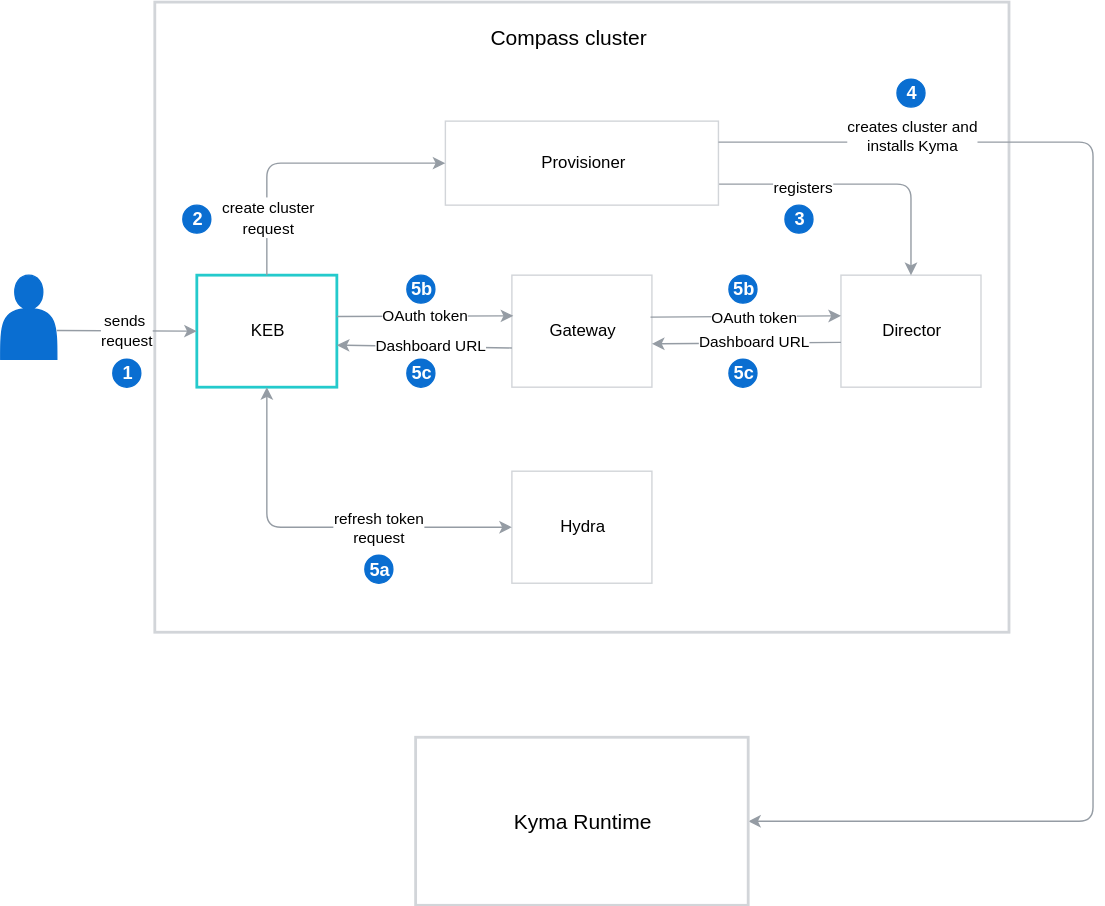
kyma-incubator/compass keeps this draw.io diagram as docs/kyma-environment-broker/assets/keb-architecture.svg. Above is the earlier version. Source tidied: cells renumbered, new cells last; positions are measured from the earlier drawing's top-left corner, leaving out a move shared by most shapes.
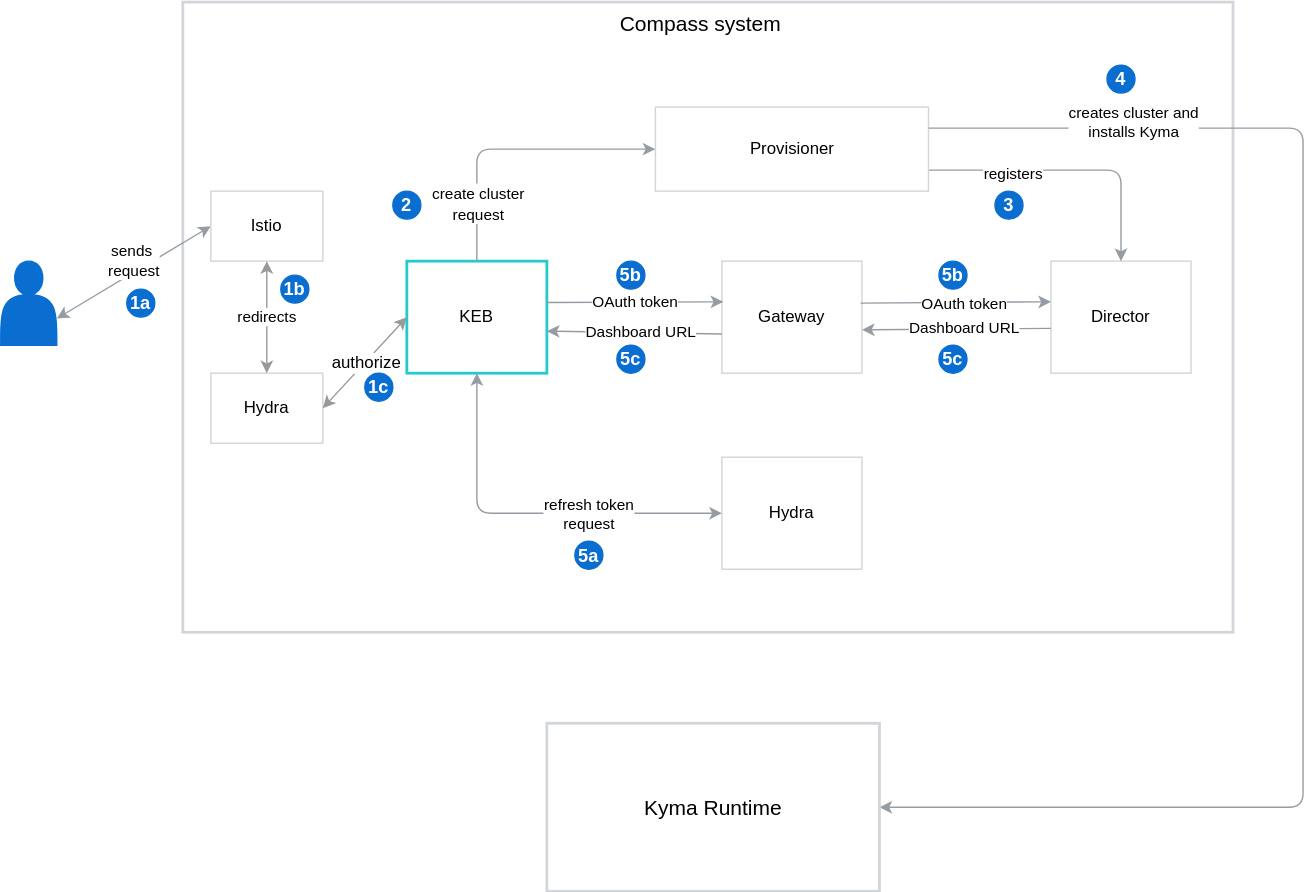
The same file after the commit.

What changed in the source:
```diff
@@ -2,15 +2,15 @@
   <root>
     <mxCell id="0" />
     <mxCell id="1" parent="0" />
-    <mxCell id="2" style="shape=actor;whiteSpace=wrap;html=1;strokeColor=#0A6ED1;fillColor=#0A6ED1;" parent="1" vertex="1">
-      <mxGeometry y="195" width="40" height="60" as="geometry" />
-    </mxCell>
-    <mxCell id="3" style="rounded=0;whiteSpace=wrap;html=1;strokeColor=#D2D5D9;fillColor=#FFFFFF;strokeWidth=2;" parent="1" vertex="1">
-      <mxGeometry x="110" width="610" height="450" as="geometry" />
-    </mxCell>
-    <mxCell id="4" value="&lt;font style=&quot;font-size: 15px&quot;&gt;Compass cluster&lt;/font&gt;" style="text;html=1;strokeColor=none;fillColor=none;align=center;verticalAlign=middle;whiteSpace=wrap;rounded=0;" parent="1" vertex="1">
-      <mxGeometry x="335" y="15" width="140" height="20" as="geometry" />
-    </mxCell>
+    <mxCell id="36" style="rounded=0;whiteSpace=wrap;html=1;strokeColor=#D2D5D9;fillColor=#FFFFFF;strokeWidth=2;" parent="1" vertex="1">
+      <mxGeometry x="-20" y="10" width="750" height="450" as="geometry" />
+    </mxCell>
+    <mxCell id="37" style="shape=actor;whiteSpace=wrap;html=1;strokeColor=#0A6ED1;fillColor=#0A6ED1;" parent="1" vertex="1">
+      <mxGeometry x="-150" y="195" width="40" height="60" as="geometry" />
+    </mxCell>
+    <mxCell id="38" value="&lt;font style=&quot;font-size: 15px&quot;&gt;Compass system&lt;/font&gt;" style="text;html=1;strokeColor=none;fillColor=none;align=center;verticalAlign=middle;whiteSpace=wrap;rounded=0;" parent="1" vertex="1">
+      <mxGeometry x="280" y="15" width="140" height="20" as="geometry" />
+    </mxCell>
     <mxCell id="5" value="KEB" style="rounded=0;whiteSpace=wrap;html=1;strokeColor=#24CACC;fillColor=#FFFFFF;strokeWidth=2;" parent="1" vertex="1">
       <mxGeometry x="140" y="195" width="100" height="80" as="geometry" />
     </mxCell>
@@ -31,12 +31,6 @@
     <mxCell id="10" value="Provisioner" style="rounded=0;whiteSpace=wrap;html=1;strokeColor=#D2D5D9;strokeWidth=1;fillColor=#FFFFFF;" parent="1" vertex="1">
       <mxGeometry x="317.5" y="85" width="195" height="60" as="geometry" />
     </mxCell>
-    <mxCell id="11" value="sends&amp;nbsp;&lt;br&gt;request" style="endArrow=classic;html=1;strokeColor=#959CA4;" parent="1" edge="1">
-      <mxGeometry relative="1" as="geometry">
-        <mxPoint x="40" y="234.5" as="sourcePoint" />
-        <mxPoint x="140" y="235" as="targetPoint" />
-      </mxGeometry>
-    </mxCell>
     <mxCell id="12" style="endArrow=classic;html=1;strokeColor=#959CA4;entryX=0;entryY=0.5;entryDx=0;entryDy=0;exitX=0.5;exitY=0;exitDx=0;exitDy=0;" parent="1" edge="1" source="5" target="10">
       <mxGeometry relative="1" as="geometry">
         <Array as="points">
@@ -70,16 +64,16 @@
         <mxPoint x="240" y="224.5" as="sourcePoint" />
       </mxGeometry>
     </mxCell>
-    <mxCell id="18" style="endArrow=classic;html=1;strokeColor=#959CA4;entryX=1;entryY=0.75;entryDx=0;entryDy=0;exitX=0;exitY=0.65;exitDx=0;exitDy=0;exitPerimeter=0;" parent="1" edge="1" source="6">
-      <mxGeometry relative="1" as="geometry">
-        <mxPoint x="240" y="245" as="targetPoint" />
-      </mxGeometry>
-    </mxCell>
-    <mxCell id="19" value="&lt;font style=&quot;font-size: 11px&quot;&gt;Dashboard URL&lt;/font&gt;" style="text;html=1;align=center;verticalAlign=middle;labelBackgroundColor=#ffffff;fontSize=10;" parent="18" vertex="1">
-      <mxGeometry x="0.2" relative="1" as="geometry">
-        <mxPoint x="16" as="offset" />
-      </mxGeometry>
-    </mxCell>
+    <mxCell id="39" style="endArrow=classic;html=1;strokeColor=#959CA4;entryX=1;entryY=0.75;entryDx=0;entryDy=0;exitX=0;exitY=0.65;exitDx=0;exitDy=0;exitPerimeter=0;" parent="1" edge="1" source="6">
+      <mxGeometry relative="1" as="geometry">
+        <mxPoint x="240" y="245" as="targetPoint" />
+      </mxGeometry>
+    </mxCell>
+    <mxCell id="40" value="&lt;font style=&quot;font-size: 11px&quot;&gt;Dashboard URL&lt;/font&gt;" style="text;html=1;align=center;verticalAlign=middle;labelBackgroundColor=#ffffff;fontSize=10;" parent="39" vertex="1">
+      <mxGeometry x="0.2" relative="1" as="geometry">
+        <mxPoint x="16" as="offset" />
+      </mxGeometry>
+    </mxCell>
     <mxCell id="20" style="endArrow=classic;html=1;strokeColor=#959CA4;entryX=0;entryY=0.363;entryDx=0;entryDy=0;entryPerimeter=0;exitX=0.99;exitY=0.375;exitDx=0;exitDy=0;exitPerimeter=0;" parent="1" edge="1" source="6" target="7">
       <mxGeometry relative="1" as="geometry" />
     </mxCell>
@@ -91,11 +85,11 @@
     <mxCell id="22" style="endArrow=classic;html=1;strokeColor=#959CA4;entryX=1;entryY=0.613;entryDx=0;entryDy=0;entryPerimeter=0;exitX=0;exitY=0.6;exitDx=0;exitDy=0;exitPerimeter=0;" parent="1" edge="1" source="7" target="6">
       <mxGeometry relative="1" as="geometry" />
     </mxCell>
-    <mxCell id="23" value="&lt;font style=&quot;font-size: 11px&quot;&gt;Dashboard URL&lt;/font&gt;" style="text;html=1;align=center;verticalAlign=middle;labelBackgroundColor=#ffffff;fontSize=10;" parent="22" vertex="1">
-      <mxGeometry x="0.17" y="-1" relative="1" as="geometry">
-        <mxPoint x="16" as="offset" />
-      </mxGeometry>
-    </mxCell>
+    <mxCell id="41" value="&lt;font style=&quot;font-size: 11px&quot;&gt;Dashboard URL&lt;/font&gt;" style="text;html=1;align=center;verticalAlign=middle;labelBackgroundColor=#ffffff;fontSize=10;" parent="22" vertex="1">
+      <mxGeometry x="0.17" y="-1" relative="1" as="geometry">
+        <mxPoint x="16" as="offset" />
+      </mxGeometry>
+    </mxCell>
     <mxCell id="24" style="endArrow=classic;startArrow=classic;html=1;strokeColor=#959CA4;fontSize=10;entryX=0;entryY=0.5;entryDx=0;entryDy=0;exitX=0.5;exitY=1;exitDx=0;exitDy=0;" parent="1" edge="1" source="5" target="16">
       <mxGeometry relative="1" as="geometry">
         <Array as="points">
@@ -109,11 +103,11 @@
       </mxGeometry>
     </mxCell>
     <mxCell id="26" value="&lt;font style=&quot;font-size: 15px&quot;&gt;Kyma Runtime&lt;/font&gt;" style="rounded=0;whiteSpace=wrap;html=1;strokeColor=#D2D5D9;strokeWidth=2;fillColor=#FFFFFF;fontSize=11;" parent="1" vertex="1">
-      <mxGeometry x="296.2" y="525" width="237.5" height="120" as="geometry" />
+      <mxGeometry x="240" y="525" width="237.5" height="120" as="geometry" />
     </mxCell>
-    <mxCell id="27" value="&lt;font color=&quot;#ffffff&quot; size=&quot;1&quot;&gt;&lt;b style=&quot;font-size: 13px&quot;&gt;1&lt;/b&gt;&lt;/font&gt;" style="ellipse;whiteSpace=wrap;html=1;strokeColor=#0A6ED1;strokeWidth=1;fillColor=#0A6ED1;fontSize=11;" parent="1" vertex="1">
-      <mxGeometry x="80" y="255" width="20" height="20" as="geometry" />
-    </mxCell>
+    <mxCell id="42" value="&lt;font color=&quot;#ffffff&quot; size=&quot;1&quot;&gt;&lt;b style=&quot;font-size: 13px&quot;&gt;1a&lt;/b&gt;&lt;/font&gt;" style="ellipse;whiteSpace=wrap;html=1;strokeColor=#0A6ED1;strokeWidth=1;fillColor=#0A6ED1;fontSize=11;" parent="1" vertex="1">
+      <mxGeometry x="-60" y="215" width="20" height="20" as="geometry" />
+    </mxCell>
     <mxCell id="28" value="&lt;font color=&quot;#ffffff&quot; size=&quot;1&quot;&gt;&lt;b style=&quot;font-size: 13px&quot;&gt;2&lt;/b&gt;&lt;/font&gt;" style="ellipse;whiteSpace=wrap;html=1;strokeColor=#0A6ED1;strokeWidth=1;fillColor=#0A6ED1;fontSize=11;" parent="1" vertex="1">
       <mxGeometry x="130" y="145" width="20" height="20" as="geometry" />
     </mxCell>
@@ -138,5 +132,31 @@
     <mxCell id="35" value="&lt;font color=&quot;#ffffff&quot;&gt;&lt;span style=&quot;font-size: 13px&quot;&gt;&lt;b&gt;5c&lt;/b&gt;&lt;/span&gt;&lt;/font&gt;" style="ellipse;whiteSpace=wrap;html=1;strokeColor=#0A6ED1;strokeWidth=1;fillColor=#0A6ED1;fontSize=11;" parent="1" vertex="1">
       <mxGeometry x="290" y="255" width="20" height="20" as="geometry" />
     </mxCell>
+    <mxCell id="43" value="Hydra" style="rounded=0;whiteSpace=wrap;html=1;strokeColor=#D2D5D9;fillColor=#FFFFFF;strokeWidth=1;" parent="1" vertex="1">
+      <mxGeometry y="275" width="80" height="50" as="geometry" />
+    </mxCell>
+    <mxCell id="11" value="sends&amp;nbsp;&lt;br&gt;request" style="endArrow=classic;html=1;strokeColor=#959CA4;entryX=0;entryY=0.5;entryDx=0;entryDy=0;startArrow=classic;startFill=1;" parent="1" edge="1" target="44">
+      <mxGeometry x="0.06" y="7" relative="1" as="geometry">
+        <mxPoint x="-110" y="236" as="sourcePoint" />
+      </mxGeometry>
+    </mxCell>
+    <mxCell id="44" value="Istio" style="rounded=0;whiteSpace=wrap;html=1;strokeColor=#D2D5D9;fillColor=#FFFFFF;strokeWidth=1;" parent="1" vertex="1">
+      <mxGeometry y="145" width="80" height="50" as="geometry" />
+    </mxCell>
+    <mxCell id="45" value="redirects" style="endArrow=classic;startArrow=classic;html=1;strokeColor=#999999;exitX=0.5;exitY=1;exitDx=0;exitDy=0;entryX=0.5;entryY=0;entryDx=0;entryDy=0;" parent="1" edge="1" source="44" target="43">
+      <mxGeometry relative="1" as="geometry" />
+    </mxCell>
+    <mxCell id="46" style="endArrow=classic;startArrow=classic;html=1;strokeColor=#999999;entryX=1;entryY=0.5;entryDx=0;entryDy=0;exitX=0;exitY=0.5;exitDx=0;exitDy=0;" parent="1" edge="1" source="5" target="43">
+      <mxGeometry relative="1" as="geometry" />
+    </mxCell>
+    <mxCell id="47" value="authorize" style="text;html=1;align=center;verticalAlign=middle;labelBackgroundColor=#ffffff;" parent="46" vertex="1">
+      <mxGeometry x="-0.01" relative="1" as="geometry" />
+    </mxCell>
+    <mxCell id="48" value="&lt;font color=&quot;#ffffff&quot; size=&quot;1&quot;&gt;&lt;b style=&quot;font-size: 13px&quot;&gt;1b&lt;/b&gt;&lt;/font&gt;" style="ellipse;whiteSpace=wrap;html=1;strokeColor=#0A6ED1;strokeWidth=1;fillColor=#0A6ED1;fontSize=11;" parent="1" vertex="1">
+      <mxGeometry x="50" y="205" width="20" height="20" as="geometry" />
+    </mxCell>
+    <mxCell id="49" value="&lt;font color=&quot;#ffffff&quot; size=&quot;1&quot;&gt;&lt;b style=&quot;font-size: 13px&quot;&gt;1c&lt;/b&gt;&lt;/font&gt;" style="ellipse;whiteSpace=wrap;html=1;strokeColor=#0A6ED1;strokeWidth=1;fillColor=#0A6ED1;fontSize=11;" parent="1" vertex="1">
+      <mxGeometry x="110" y="275" width="20" height="20" as="geometry" />
+    </mxCell>
   </root>
 </mxGraphModel>
```
